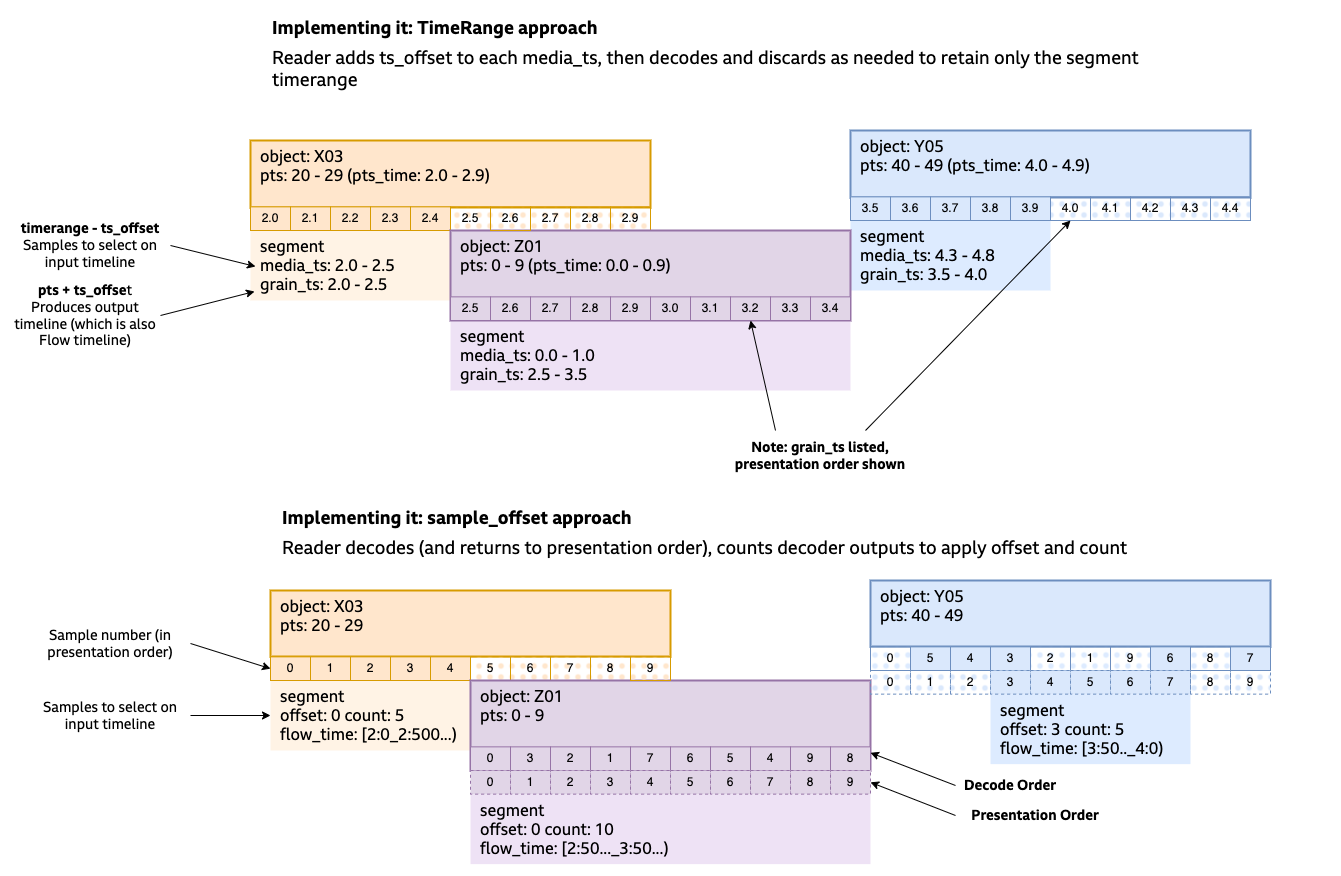
This is docs/images/Flow and Media Timelines-Flow XYZ-selecting-units.drawio.png from bbc/tams, a draw.io export, as it was before one commit. Source tidied: cells renumbered, new cells last; positions are measured from the earlier drawing's top-left corner, leaving out a move shared by most shapes.
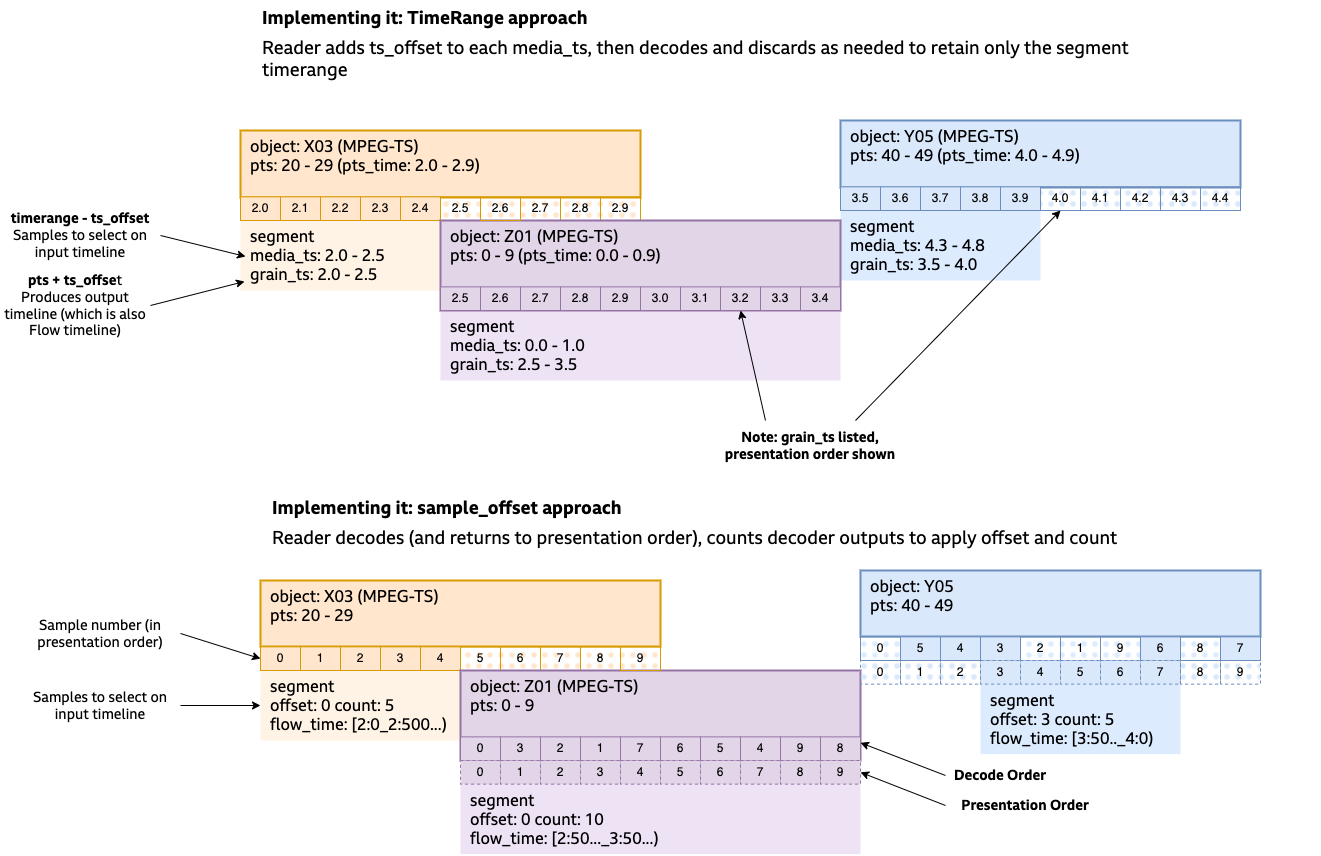
After the commit.

The edit, as a diff of the source:
```diff
@@ -17,7 +17,7 @@
     <mxCell id="6" style="group;" parent="1" vertex="1">
       <mxGeometry x="240" y="130" width="400" height="67" as="geometry" />
     </mxCell>
-    <mxCell id="7" value="object: X03&lt;br&gt;pts: 20 - 29 (pts_time: 2.0 - 2.9)&amp;nbsp;" style="rounded=0;whiteSpace=wrap;html=1;strokeWidth=2;fontFamily=BBC Reith Sans;fontSize=16;verticalAlign=top;align=left;spacingLeft=8;fillColor=#ffe6cc;strokeColor=#d79b00;" parent="6" vertex="1">
+    <mxCell id="7" value="object: X03 (MPEG-TS)&lt;br&gt;pts: 20 - 29 (pts_time: 2.0 - 2.9)&amp;nbsp;" style="rounded=0;whiteSpace=wrap;html=1;strokeWidth=2;fontFamily=BBC Reith Sans;fontSize=16;verticalAlign=top;align=left;spacingLeft=8;fillColor=#ffe6cc;strokeColor=#d79b00;" parent="6" vertex="1">
       <mxGeometry width="400" height="67" as="geometry" />
     </mxCell>
     <mxCell id="8" value="2.0" style="rounded=0;whiteSpace=wrap;html=1;fillColor=#ffe6cc;strokeColor=#d79b00;fillStyle=solid;" parent="6" vertex="1">
@@ -50,7 +50,7 @@
     <mxCell id="17" style="group;fillColor=#e1d5e7;strokeColor=#9673a6;" parent="1" vertex="1">
       <mxGeometry x="440" y="220" width="400" height="90" as="geometry" />
     </mxCell>
-    <mxCell id="18" value="object: Z01&lt;br&gt;pts: 0 - 9 (pts_time: 0.0 - 0.9)" style="rounded=0;whiteSpace=wrap;html=1;strokeWidth=2;fontFamily=BBC Reith Sans;fontSize=16;verticalAlign=top;align=left;spacingLeft=8;fillColor=#e1d5e7;strokeColor=#9673a6;" parent="17" vertex="1">
+    <mxCell id="18" value="object: Z01 (MPEG-TS)&lt;br&gt;pts: 0 - 9 (pts_time: 0.0 - 0.9)" style="rounded=0;whiteSpace=wrap;html=1;strokeWidth=2;fontFamily=BBC Reith Sans;fontSize=16;verticalAlign=top;align=left;spacingLeft=8;fillColor=#e1d5e7;strokeColor=#9673a6;" parent="17" vertex="1">
       <mxGeometry width="400" height="90" as="geometry" />
     </mxCell>
     <mxCell id="19" value="2.5" style="rounded=0;whiteSpace=wrap;html=1;fillColor=#e1d5e7;strokeColor=#9673a6;fillStyle=solid;" parent="17" vertex="1">
@@ -86,7 +86,7 @@
     <mxCell id="29" style="group;" parent="1" vertex="1">
       <mxGeometry x="840" y="120" width="400" height="96.4" as="geometry" />
     </mxCell>
-    <mxCell id="30" value="object: Y05&lt;br&gt;pts: 40 - 49 (pts_time: 4.0 - 4.9)" style="rounded=0;whiteSpace=wrap;html=1;strokeWidth=2;fontFamily=BBC Reith Sans;fontSize=16;verticalAlign=top;align=left;spacingLeft=8;fillColor=#dae8fc;strokeColor=#6c8ebf;" parent="29" vertex="1">
+    <mxCell id="30" value="object: Y05 (MPEG-TS)&lt;br&gt;pts: 40 - 49 (pts_time: 4.0 - 4.9)" style="rounded=0;whiteSpace=wrap;html=1;strokeWidth=2;fontFamily=BBC Reith Sans;fontSize=16;verticalAlign=top;align=left;spacingLeft=8;fillColor=#dae8fc;strokeColor=#6c8ebf;" parent="29" vertex="1">
       <mxGeometry width="400" height="67" as="geometry" />
     </mxCell>
     <mxCell id="31" value="3.5" style="rounded=0;whiteSpace=wrap;html=1;fillColor=#dae8fc;strokeColor=#6c8ebf;fillStyle=solid;" parent="29" vertex="1">
@@ -150,7 +150,7 @@
     <mxCell id="49" style="group;" parent="1" vertex="1">
       <mxGeometry x="260" y="580" width="400" height="68" as="geometry" />
     </mxCell>
-    <mxCell id="50" value="object: X03&lt;br&gt;pts: 20 - 29" style="rounded=0;whiteSpace=wrap;html=1;strokeWidth=2;fontFamily=BBC Reith Sans;fontSize=16;verticalAlign=top;align=left;spacingLeft=8;fillColor=#ffe6cc;strokeColor=#d79b00;" parent="49" vertex="1">
+    <mxCell id="50" value="object: X03 (MPEG-TS)&lt;br&gt;pts: 20 - 29" style="rounded=0;whiteSpace=wrap;html=1;strokeWidth=2;fontFamily=BBC Reith Sans;fontSize=16;verticalAlign=top;align=left;spacingLeft=8;fillColor=#ffe6cc;strokeColor=#d79b00;" parent="49" vertex="1">
       <mxGeometry width="400" height="66" as="geometry" />
     </mxCell>
     <mxCell id="51" value="0" style="rounded=0;whiteSpace=wrap;html=1;fillColor=#ffe6cc;strokeColor=#d79b00;fillStyle=solid;" parent="49" vertex="1">
@@ -183,7 +183,7 @@
     <mxCell id="60" style="group;fillColor=#e1d5e7;strokeColor=#9673a6;" parent="1" vertex="1">
       <mxGeometry x="460" y="670" width="400" height="90" as="geometry" />
     </mxCell>
-    <mxCell id="61" value="object: Z01&lt;br&gt;pts: 0 - 9" style="rounded=0;whiteSpace=wrap;html=1;strokeWidth=2;fontFamily=BBC Reith Sans;fontSize=16;verticalAlign=top;align=left;spacingLeft=8;fillColor=#e1d5e7;strokeColor=#9673a6;" parent="60" vertex="1">
+    <mxCell id="61" value="object: Z01 (MPEG-TS)&lt;br&gt;pts: 0 - 9" style="rounded=0;whiteSpace=wrap;html=1;strokeWidth=2;fontFamily=BBC Reith Sans;fontSize=16;verticalAlign=top;align=left;spacingLeft=8;fillColor=#e1d5e7;strokeColor=#9673a6;" parent="60" vertex="1">
       <mxGeometry width="400" height="90" as="geometry" />
     </mxCell>
     <mxCell id="62" value="0" style="rounded=0;whiteSpace=wrap;html=1;fillColor=#e1d5e7;strokeColor=#9673a6;fillStyle=solid;" parent="60" vertex="1">
```
